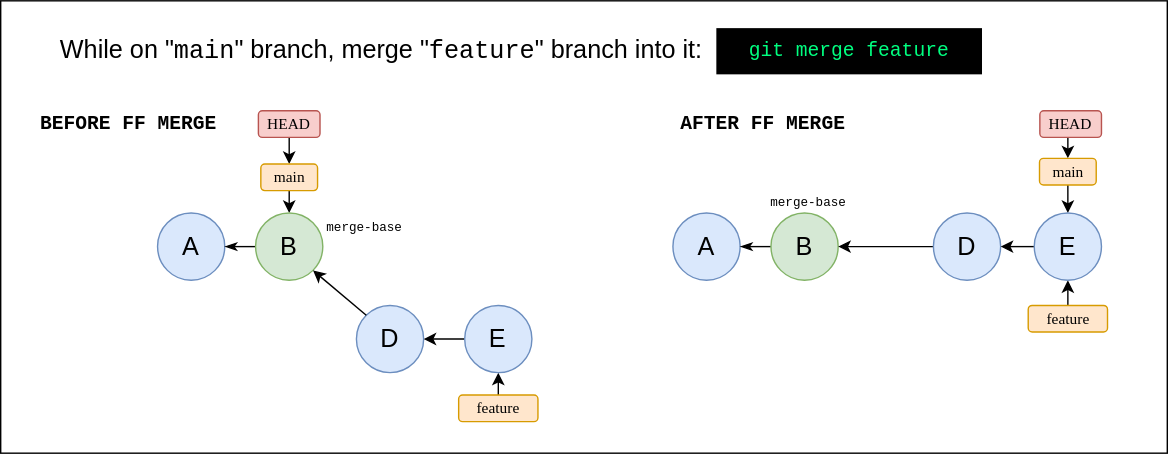
datkumar/code-journal keeps this draw.io diagram as public/diagrams/git-merge-fast-fwd.svg. Above is the earlier version. Source tidied: cells renumbered, new cells last; positions are measured from the earlier drawing's top-left corner, leaving out a move shared by most shapes.
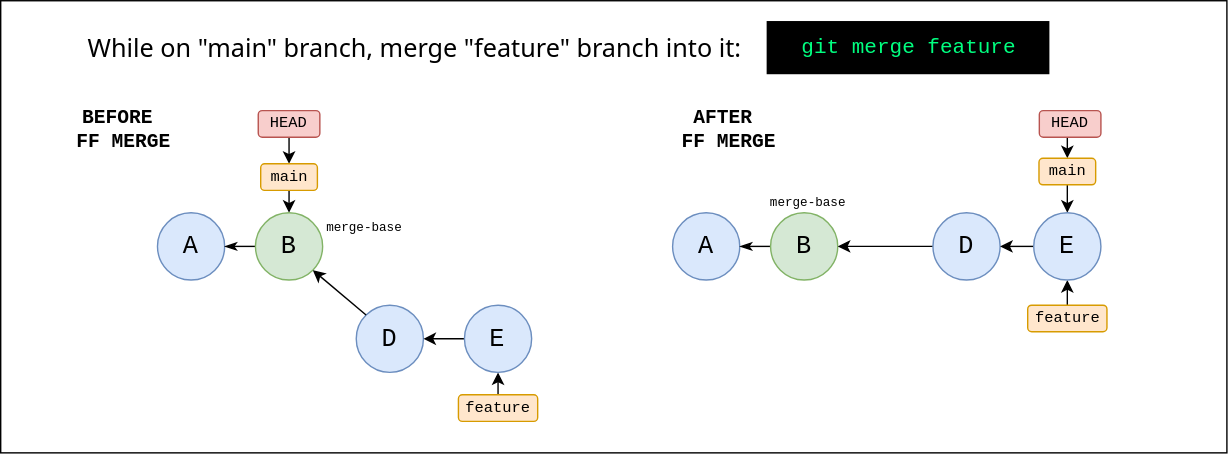
The same diagram one commit later.

What changed in the source:
```diff
@@ -2,103 +2,103 @@
   <root>
     <mxCell id="0" />
     <mxCell id="1" parent="0" />
-    <mxCell id="2" style="rounded=0;whiteSpace=wrap;html=1;fillStyle=solid;fillColor=light-dark(#FFFFFF,#FFFFFF);arcSize=7;glass=0;strokeColor=light-dark(#000000,#000000);" parent="1" vertex="1">
-      <mxGeometry width="833" height="323" as="geometry" />
+    <mxCell id="2" style="rounded=0;whiteSpace=wrap;html=1;fillStyle=solid;fillColor=light-dark(#FFFFFF,#FFFFFF);arcSize=7;glass=0;strokeColor=light-dark(#000000,#000000);fontFamily=monospace;fontColor=light-dark(#000000,#000000);" parent="1" vertex="1">
+      <mxGeometry width="876" height="323" as="geometry" />
     </mxCell>
-    <mxCell id="3" value="A" style="ellipse;whiteSpace=wrap;html=1;fillColor=#dae8fc;strokeColor=#6c8ebf;fontSize=18;" parent="1" vertex="1">
+    <mxCell id="3" value="A" style="ellipse;whiteSpace=wrap;html=1;fillColor=#dae8fc;strokeColor=#6c8ebf;fontSize=18;fontFamily=monospace;fontColor=light-dark(#000000,#000000);" parent="1" vertex="1">
       <mxGeometry x="112" y="151.5" width="48" height="48" as="geometry" />
     </mxCell>
-    <mxCell id="4" style="endArrow=classicThin;html=1;rounded=0;exitX=0;exitY=0.5;exitDx=0;exitDy=0;entryX=1;entryY=0.5;entryDx=0;entryDy=0;endFill=1;" parent="1" edge="1" source="11" target="3">
+    <mxCell id="4" style="endArrow=classicThin;html=1;rounded=0;exitX=0;exitY=0.5;exitDx=0;exitDy=0;entryX=1;entryY=0.5;entryDx=0;entryDy=0;endFill=1;fontFamily=monospace;fontColor=light-dark(#000000,#000000);" parent="1" edge="1" source="11" target="3">
       <mxGeometry relative="1" as="geometry" />
     </mxCell>
-    <mxCell id="5" style="edgeStyle=orthogonalEdgeStyle;rounded=0;jettySize=auto;html=1;exitX=0.5;exitY=1;exitDx=0;exitDy=0;entryX=0.5;entryY=0;entryDx=0;entryDy=0;" parent="1" edge="1" source="6" target="8">
+    <mxCell id="5" style="edgeStyle=orthogonalEdgeStyle;rounded=0;jettySize=auto;html=1;exitX=0.5;exitY=1;exitDx=0;exitDy=0;entryX=0.5;entryY=0;entryDx=0;entryDy=0;fontFamily=monospace;fontColor=light-dark(#000000,#000000);" parent="1" edge="1" source="6" target="8">
       <mxGeometry relative="1" as="geometry" />
     </mxCell>
-    <mxCell id="6" value="&lt;font&gt;HEAD&lt;/font&gt;" style="rounded=1;whiteSpace=wrap;html=1;fillColor=#f8cecc;strokeColor=#b85450;fontFamily=Fira Code;fontSize=11;align=center;verticalAlign=middle;" parent="1" vertex="1">
+    <mxCell id="6" value="&lt;font&gt;HEAD&lt;/font&gt;" style="rounded=1;whiteSpace=wrap;html=1;fillColor=#f8cecc;strokeColor=#b85450;fontFamily=monospace;fontSize=11;align=center;verticalAlign=middle;fontColor=light-dark(#000000,#000000);" parent="1" vertex="1">
       <mxGeometry x="184" y="78.5" width="44" height="19" as="geometry" />
     </mxCell>
-    <mxCell id="7" style="edgeStyle=orthogonalEdgeStyle;rounded=0;jettySize=auto;html=1;exitX=0.5;exitY=1;exitDx=0;exitDy=0;entryX=0.5;entryY=0;entryDx=0;entryDy=0;" parent="1" edge="1" source="8" target="11">
+    <mxCell id="7" style="edgeStyle=orthogonalEdgeStyle;rounded=0;jettySize=auto;html=1;exitX=0.5;exitY=1;exitDx=0;exitDy=0;entryX=0.5;entryY=0;entryDx=0;entryDy=0;fontFamily=monospace;fontColor=light-dark(#000000,#000000);" parent="1" edge="1" source="8" target="11">
       <mxGeometry relative="1" as="geometry" />
     </mxCell>
-    <mxCell id="8" value="&lt;font&gt;main&lt;/font&gt;" style="rounded=1;whiteSpace=wrap;html=1;fillColor=#ffe6cc;strokeColor=#d79b00;fontFamily=Fira Code;fontSize=11;align=center;verticalAlign=middle;" parent="1" vertex="1">
+    <mxCell id="8" value="&lt;font&gt;main&lt;/font&gt;" style="rounded=1;whiteSpace=wrap;html=1;fillColor=#ffe6cc;strokeColor=#d79b00;fontFamily=monospace;fontSize=11;align=center;verticalAlign=middle;fontColor=light-dark(#000000,#000000);" parent="1" vertex="1">
       <mxGeometry x="185.8" y="116.5" width="40.5" height="19" as="geometry" />
     </mxCell>
-    <mxCell id="9" style="edgeStyle=orthogonalEdgeStyle;rounded=0;jettySize=auto;html=1;exitX=0.5;exitY=0;exitDx=0;exitDy=0;entryX=0.5;entryY=1;entryDx=0;entryDy=0;" parent="1" edge="1" source="10" target="14">
+    <mxCell id="9" style="edgeStyle=orthogonalEdgeStyle;rounded=0;jettySize=auto;html=1;exitX=0.5;exitY=0;exitDx=0;exitDy=0;entryX=0.5;entryY=1;entryDx=0;entryDy=0;fontFamily=monospace;fontColor=light-dark(#000000,#000000);" parent="1" edge="1" source="10" target="14">
       <mxGeometry relative="1" as="geometry" />
     </mxCell>
-    <mxCell id="10" value="&lt;font&gt;feature&lt;/font&gt;" style="rounded=1;whiteSpace=wrap;html=1;fillColor=#ffe6cc;strokeColor=#d79b00;fontFamily=Fira Code;fontSize=11;align=center;verticalAlign=middle;" parent="1" vertex="1">
+    <mxCell id="10" value="&lt;font&gt;feature&lt;/font&gt;" style="rounded=1;whiteSpace=wrap;html=1;fillColor=#ffe6cc;strokeColor=#d79b00;fontFamily=monospace;fontSize=11;align=center;verticalAlign=middle;fontColor=light-dark(#000000,#000000);" parent="1" vertex="1">
       <mxGeometry x="327" y="281.5" width="56.6" height="19" as="geometry" />
     </mxCell>
-    <mxCell id="11" value="B" style="ellipse;whiteSpace=wrap;html=1;fillColor=#d5e8d4;strokeColor=#82b366;fontSize=18;" parent="1" vertex="1">
+    <mxCell id="11" value="B" style="ellipse;whiteSpace=wrap;html=1;fillColor=#d5e8d4;strokeColor=#82b366;fontSize=18;fontFamily=monospace;fontColor=light-dark(#000000,#000000);" parent="1" vertex="1">
       <mxGeometry x="182" y="151.5" width="48" height="48" as="geometry" />
     </mxCell>
-    <mxCell id="12" value="D" style="ellipse;whiteSpace=wrap;html=1;fillColor=#dae8fc;strokeColor=#6c8ebf;fontSize=18;" parent="1" vertex="1">
+    <mxCell id="12" value="D" style="ellipse;whiteSpace=wrap;html=1;fillColor=#dae8fc;strokeColor=#6c8ebf;fontSize=18;fontFamily=monospace;fontColor=light-dark(#000000,#000000);" parent="1" vertex="1">
       <mxGeometry x="254" y="217.5" width="48" height="48" as="geometry" />
     </mxCell>
-    <mxCell id="13" style="rounded=0;jettySize=auto;html=1;exitX=0;exitY=0.5;exitDx=0;exitDy=0;entryX=1;entryY=0.5;entryDx=0;entryDy=0;" parent="1" edge="1" source="14" target="12">
+    <mxCell id="13" style="rounded=0;jettySize=auto;html=1;exitX=0;exitY=0.5;exitDx=0;exitDy=0;entryX=1;entryY=0.5;entryDx=0;entryDy=0;fontFamily=monospace;fontColor=light-dark(#000000,#000000);" parent="1" edge="1" source="14" target="12">
       <mxGeometry relative="1" as="geometry" />
     </mxCell>
-    <mxCell id="14" value="E" style="ellipse;whiteSpace=wrap;html=1;fillColor=#dae8fc;strokeColor=#6c8ebf;fontSize=18;" parent="1" vertex="1">
+    <mxCell id="14" value="E" style="ellipse;whiteSpace=wrap;html=1;fillColor=#dae8fc;strokeColor=#6c8ebf;fontSize=18;fontFamily=monospace;fontColor=light-dark(#000000,#000000);" parent="1" vertex="1">
       <mxGeometry x="331.3" y="217.5" width="48" height="48" as="geometry" />
     </mxCell>
-    <mxCell id="15" style="rounded=0;jettySize=auto;html=1;exitX=0;exitY=0;exitDx=0;exitDy=0;entryX=1;entryY=1;entryDx=0;entryDy=0;" parent="1" edge="1" source="12" target="11">
+    <mxCell id="15" style="rounded=0;jettySize=auto;html=1;exitX=0;exitY=0;exitDx=0;exitDy=0;entryX=1;entryY=1;entryDx=0;entryDy=0;fontFamily=monospace;fontColor=light-dark(#000000,#000000);" parent="1" edge="1" source="12" target="11">
       <mxGeometry relative="1" as="geometry" />
     </mxCell>
-    <mxCell id="16" value="A" style="ellipse;whiteSpace=wrap;html=1;fillColor=#dae8fc;strokeColor=#6c8ebf;fontSize=18;" parent="1" vertex="1">
+    <mxCell id="16" value="A" style="ellipse;whiteSpace=wrap;html=1;fillColor=#dae8fc;strokeColor=#6c8ebf;fontSize=18;fontFamily=monospace;fontColor=light-dark(#000000,#000000);" parent="1" vertex="1">
       <mxGeometry x="480" y="151.5" width="48" height="48" as="geometry" />
     </mxCell>
-    <mxCell id="17" style="endArrow=classicThin;html=1;rounded=0;exitX=0;exitY=0.5;exitDx=0;exitDy=0;entryX=1;entryY=0.5;entryDx=0;entryDy=0;endFill=1;" parent="1" edge="1" source="24" target="16">
+    <mxCell id="17" style="endArrow=classicThin;html=1;rounded=0;exitX=0;exitY=0.5;exitDx=0;exitDy=0;entryX=1;entryY=0.5;entryDx=0;entryDy=0;endFill=1;fontFamily=monospace;fontColor=light-dark(#000000,#000000);" parent="1" edge="1" source="24" target="16">
       <mxGeometry relative="1" as="geometry" />
     </mxCell>
-    <mxCell id="18" style="edgeStyle=orthogonalEdgeStyle;rounded=0;jettySize=auto;html=1;exitX=0;exitY=0.75;exitDx=0;exitDy=0;entryX=0.5;entryY=0;entryDx=0;entryDy=0;" parent="1" edge="1" source="19" target="21">
+    <mxCell id="18" style="edgeStyle=orthogonalEdgeStyle;rounded=0;jettySize=auto;html=1;exitX=0;exitY=0.75;exitDx=0;exitDy=0;entryX=0.5;entryY=0;entryDx=0;entryDy=0;fontFamily=monospace;fontColor=light-dark(#000000,#000000);" parent="1" edge="1" source="19" target="21">
       <mxGeometry relative="1" as="geometry" />
     </mxCell>
-    <mxCell id="19" value="&lt;font&gt;HEAD&lt;/font&gt;" style="rounded=1;whiteSpace=wrap;html=1;fillColor=#f8cecc;strokeColor=#b85450;fontFamily=Fira Code;fontSize=11;align=center;verticalAlign=middle;" parent="1" vertex="1">
+    <mxCell id="19" value="&lt;font&gt;HEAD&lt;/font&gt;" style="rounded=1;whiteSpace=wrap;html=1;fillColor=#f8cecc;strokeColor=#b85450;fontFamily=monospace;fontSize=11;align=center;verticalAlign=middle;fontColor=light-dark(#000000,#000000);" parent="1" vertex="1">
       <mxGeometry x="742" y="78.5" width="44" height="19" as="geometry" />
     </mxCell>
-    <mxCell id="20" style="edgeStyle=orthogonalEdgeStyle;rounded=0;jettySize=auto;html=1;exitX=0.5;exitY=1;exitDx=0;exitDy=0;entryX=0.5;entryY=0;entryDx=0;entryDy=0;" parent="1" edge="1" source="21" target="28">
+    <mxCell id="20" style="edgeStyle=orthogonalEdgeStyle;rounded=0;jettySize=auto;html=1;exitX=0.5;exitY=1;exitDx=0;exitDy=0;entryX=0.5;entryY=0;entryDx=0;entryDy=0;fontFamily=monospace;fontColor=light-dark(#000000,#000000);" parent="1" edge="1" source="21" target="28">
       <mxGeometry relative="1" as="geometry" />
     </mxCell>
-    <mxCell id="21" value="&lt;font&gt;main&lt;/font&gt;" style="rounded=1;whiteSpace=wrap;html=1;fillColor=#ffe6cc;strokeColor=#d79b00;fontFamily=Fira Code;fontSize=11;align=center;verticalAlign=middle;" parent="1" vertex="1">
+    <mxCell id="21" value="&lt;font&gt;main&lt;/font&gt;" style="rounded=1;whiteSpace=wrap;html=1;fillColor=#ffe6cc;strokeColor=#d79b00;fontFamily=monospace;fontSize=11;align=center;verticalAlign=middle;fontColor=light-dark(#000000,#000000);" parent="1" vertex="1">
       <mxGeometry x="741.8" y="112.5" width="40.5" height="19" as="geometry" />
     </mxCell>
-    <mxCell id="22" style="edgeStyle=orthogonalEdgeStyle;rounded=0;jettySize=auto;html=1;exitX=0.5;exitY=0;exitDx=0;exitDy=0;entryX=0.5;entryY=1;entryDx=0;entryDy=0;" parent="1" edge="1" source="23" target="28">
+    <mxCell id="22" style="edgeStyle=orthogonalEdgeStyle;rounded=0;jettySize=auto;html=1;exitX=0.5;exitY=0;exitDx=0;exitDy=0;entryX=0.5;entryY=1;entryDx=0;entryDy=0;fontFamily=monospace;fontColor=light-dark(#000000,#000000);" parent="1" edge="1" source="23" target="28">
       <mxGeometry relative="1" as="geometry" />
     </mxCell>
-    <mxCell id="23" value="&lt;font&gt;feature&lt;/font&gt;" style="rounded=1;whiteSpace=wrap;html=1;fillColor=#ffe6cc;strokeColor=#d79b00;fontFamily=Fira Code;fontSize=11;align=center;verticalAlign=middle;" parent="1" vertex="1">
+    <mxCell id="23" value="&lt;font&gt;feature&lt;/font&gt;" style="rounded=1;whiteSpace=wrap;html=1;fillColor=#ffe6cc;strokeColor=#d79b00;fontFamily=monospace;fontSize=11;align=center;verticalAlign=middle;fontColor=light-dark(#000000,#000000);" parent="1" vertex="1">
       <mxGeometry x="733.7" y="217.5" width="56.6" height="19" as="geometry" />
     </mxCell>
-    <mxCell id="24" value="B" style="ellipse;whiteSpace=wrap;html=1;fillColor=#d5e8d4;strokeColor=#82b366;fontSize=18;" parent="1" vertex="1">
+    <mxCell id="24" value="B" style="ellipse;whiteSpace=wrap;html=1;fillColor=#d5e8d4;strokeColor=#82b366;fontSize=18;fontFamily=monospace;fontColor=light-dark(#000000,#000000);" parent="1" vertex="1">
       <mxGeometry x="550" y="151.5" width="48" height="48" as="geometry" />
     </mxCell>
-    <mxCell id="25" style="edgeStyle=orthogonalEdgeStyle;rounded=0;jettySize=auto;html=1;exitX=0;exitY=0.5;exitDx=0;exitDy=0;entryX=1;entryY=0.5;entryDx=0;entryDy=0;" parent="1" edge="1" source="26" target="24">
+    <mxCell id="25" style="edgeStyle=orthogonalEdgeStyle;rounded=0;jettySize=auto;html=1;exitX=0;exitY=0.5;exitDx=0;exitDy=0;entryX=1;entryY=0.5;entryDx=0;entryDy=0;fontFamily=monospace;fontColor=light-dark(#000000,#000000);" parent="1" edge="1" source="26" target="24">
       <mxGeometry relative="1" as="geometry" />
     </mxCell>
-    <mxCell id="26" value="D" style="ellipse;whiteSpace=wrap;html=1;fillColor=#dae8fc;strokeColor=#6c8ebf;fontSize=18;" parent="1" vertex="1">
+    <mxCell id="26" value="D" style="ellipse;whiteSpace=wrap;html=1;fillColor=#dae8fc;strokeColor=#6c8ebf;fontSize=18;fontFamily=monospace;fontColor=light-dark(#000000,#000000);" parent="1" vertex="1">
       <mxGeometry x="666" y="151.5" width="48" height="48" as="geometry" />
     </mxCell>
-    <mxCell id="27" style="rounded=0;jettySize=auto;html=1;exitX=0;exitY=0.5;exitDx=0;exitDy=0;entryX=1;entryY=0.5;entryDx=0;entryDy=0;" parent="1" edge="1" source="28" target="26">
+    <mxCell id="27" style="rounded=0;jettySize=auto;html=1;exitX=0;exitY=0.5;exitDx=0;exitDy=0;entryX=1;entryY=0.5;entryDx=0;entryDy=0;fontFamily=monospace;fontColor=light-dark(#000000,#000000);" parent="1" edge="1" source="28" target="26">
       <mxGeometry relative="1" as="geometry" />
     </mxCell>
-    <mxCell id="28" value="E" style="ellipse;whiteSpace=wrap;html=1;fillColor=#dae8fc;strokeColor=#6c8ebf;fontSize=18;" parent="1" vertex="1">
+    <mxCell id="28" value="E" style="ellipse;whiteSpace=wrap;html=1;fillColor=#dae8fc;strokeColor=#6c8ebf;fontSize=18;fontFamily=monospace;fontColor=light-dark(#000000,#000000);" parent="1" vertex="1">
       <mxGeometry x="738" y="151.5" width="48" height="48" as="geometry" />
     </mxCell>
-    <mxCell id="29" value="While on &quot;&lt;font face=&quot;monospace&quot;&gt;main&lt;/font&gt;&quot; branch, merge &quot;&lt;font face=&quot;monospace&quot;&gt;feature&lt;/font&gt;&quot; branch into it:" style="text;html=1;whiteSpace=wrap;strokeColor=none;fillColor=none;align=center;verticalAlign=middle;rounded=0;fontSize=18;" parent="1" vertex="1">
-      <mxGeometry x="40" y="21" width="464" height="30" as="geometry" />
+    <mxCell id="29" value="While on &quot;&lt;font&gt;main&lt;/font&gt;&quot; branch, merge &quot;&lt;font&gt;feature&lt;/font&gt;&quot; branch into it:" style="text;html=1;whiteSpace=wrap;strokeColor=none;fillColor=none;align=center;verticalAlign=middle;rounded=0;fontSize=18;fontFamily=system-ui;fontColor=light-dark(#000000,#000000);" parent="1" vertex="1">
+      <mxGeometry x="48" y="19" width="496" height="30" as="geometry" />
     </mxCell>
-    <mxCell id="30" value="&lt;font style=&quot;&quot;&gt;git merge feature&lt;/font&gt;" style="text;html=1;whiteSpace=wrap;strokeColor=none;fillColor=light-dark(#000000,#000000);align=center;verticalAlign=middle;rounded=0;fontSize=14;fontColor=light-dark(#00FF80,#00FF80);fontFamily=monospace;" parent="1" vertex="1">
-      <mxGeometry x="511" y="19.5" width="189.7" height="33" as="geometry" />
+    <mxCell id="30" value="&lt;font style=&quot;&quot;&gt;git merge feature&lt;/font&gt;" style="text;html=1;whiteSpace=wrap;strokeColor=none;fillColor=light-dark(#000000,#000000);align=center;verticalAlign=middle;rounded=0;fontSize=15;fontColor=light-dark(#00FF80,#00FF80);fontFamily=monospace;" parent="1" vertex="1">
+      <mxGeometry x="547.7" y="15" width="202" height="38" as="geometry" />
     </mxCell>
-    <mxCell id="31" value="BEFORE FF MERGE" style="text;html=1;whiteSpace=wrap;strokeColor=none;fillColor=none;align=center;verticalAlign=middle;rounded=0;fontFamily=monospace;fontStyle=1;fontSize=14;" parent="1" vertex="1">
-      <mxGeometry x="17" y="73" width="149" height="30" as="geometry" />
+    <mxCell id="31" value="BEFORE&amp;nbsp;&lt;div&gt;FF MERGE&lt;/div&gt;" style="text;html=1;whiteSpace=wrap;strokeColor=none;fillColor=none;align=center;verticalAlign=middle;rounded=0;fontFamily=monospace;fontStyle=1;fontSize=14;fontColor=light-dark(#000000,#000000);" parent="1" vertex="1">
+      <mxGeometry x="29" y="77" width="118" height="30" as="geometry" />
     </mxCell>
-    <mxCell id="32" value="AFTER FF MERGE" style="text;html=1;whiteSpace=wrap;strokeColor=none;fillColor=none;align=center;verticalAlign=middle;rounded=0;fontFamily=monospace;fontStyle=1;fontSize=14;glass=1;" parent="1" vertex="1">
-      <mxGeometry x="472" y="73" width="145" height="30" as="geometry" />
+    <mxCell id="32" value="AFTER&amp;nbsp;&lt;div&gt;FF MERGE&lt;/div&gt;" style="text;html=1;whiteSpace=wrap;strokeColor=none;fillColor=none;align=center;verticalAlign=middle;rounded=0;fontFamily=monospace;fontStyle=1;fontSize=14;glass=1;fontColor=light-dark(#000000,#000000);" parent="1" vertex="1">
+      <mxGeometry x="470" y="77" width="101" height="30" as="geometry" />
     </mxCell>
-    <mxCell id="33" value="merge-base" style="text;html=1;whiteSpace=wrap;strokeColor=none;fillColor=none;align=center;verticalAlign=middle;rounded=0;fontFamily=monospace;fontStyle=0;fontSize=9;" parent="1" vertex="1">
+    <mxCell id="33" value="merge-base" style="text;html=1;whiteSpace=wrap;strokeColor=none;fillColor=none;align=center;verticalAlign=middle;rounded=0;fontFamily=monospace;fontStyle=0;fontSize=9;fontColor=light-dark(#000000,#000000);" parent="1" vertex="1">
       <mxGeometry x="230" y="153.5" width="60" height="18" as="geometry" />
     </mxCell>
-    <mxCell id="34" value="merge-base" style="text;html=1;whiteSpace=wrap;strokeColor=none;fillColor=none;align=center;verticalAlign=middle;rounded=0;fontFamily=monospace;fontStyle=0;fontSize=9;" parent="1" vertex="1">
+    <mxCell id="34" value="merge-base" style="text;html=1;whiteSpace=wrap;strokeColor=none;fillColor=none;align=center;verticalAlign=middle;rounded=0;fontFamily=monospace;fontStyle=0;fontSize=9;fontColor=light-dark(#000000,#000000);" parent="1" vertex="1">
       <mxGeometry x="545" y="135.5" width="64" height="18" as="geometry" />
     </mxCell>
   </root>
```
